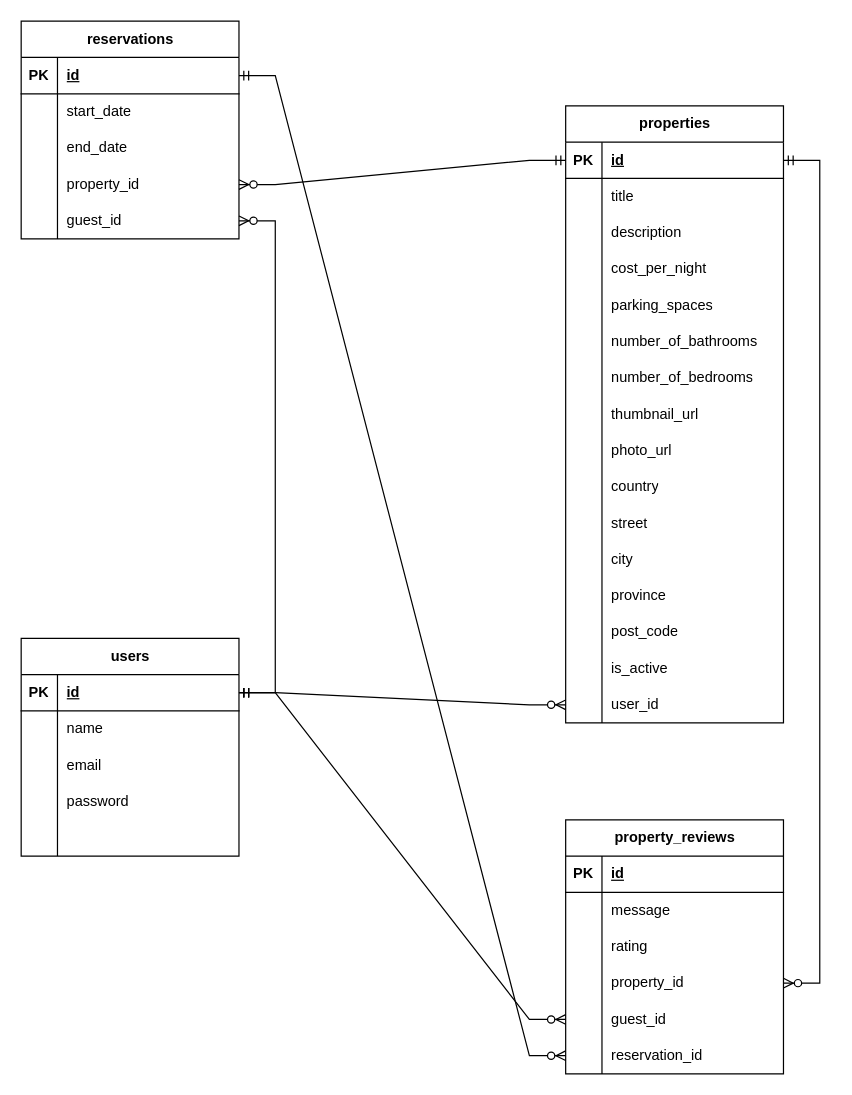
This is ERD/LightBnB.drawio from nexxai/lightbnb, a draw.io file, before an edit. Source tidied: cells renumbered, new cells numbered last; positions are measured from the earlier drawing's top-left corner, leaving out a move shared by most shapes. Both pictures are drawn from the tidied source at 121%, with x=0, y=0 at pixel (21, 21).
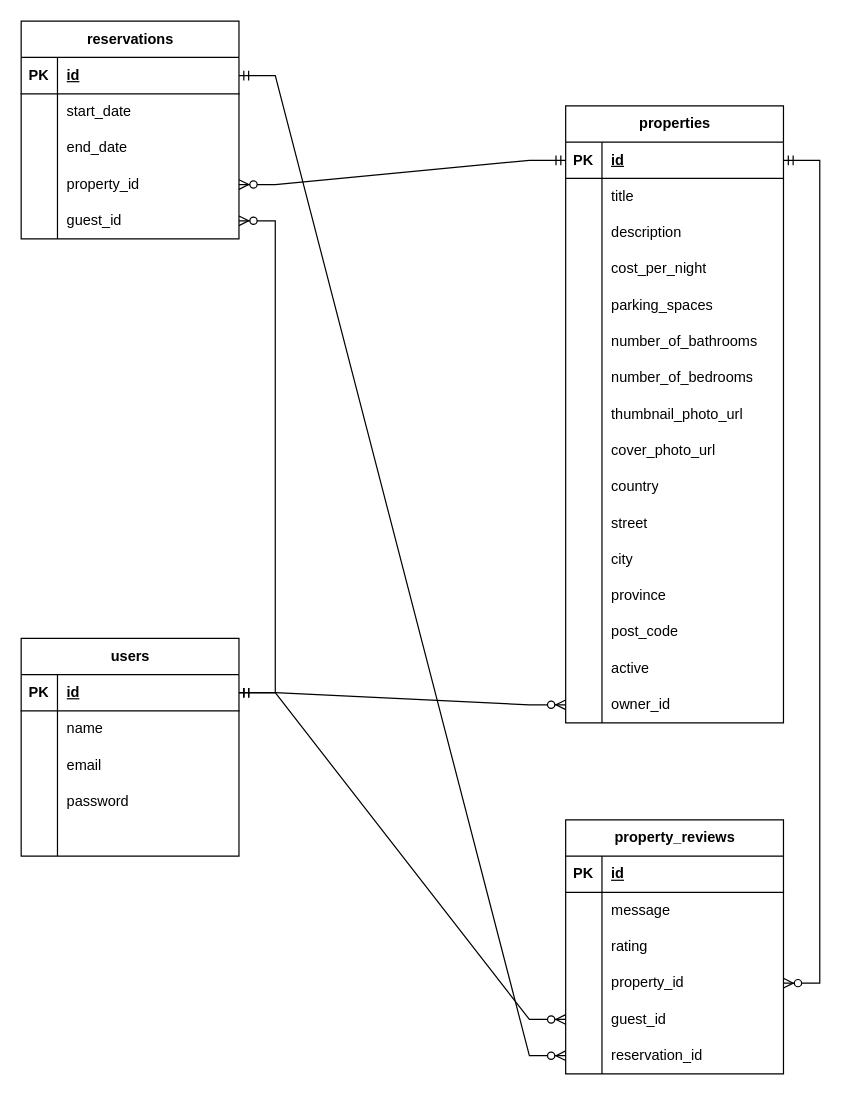
After the change.

Commit message:
Updated ERD to use correct column names

Unchanged cells that the change refers to:
```xml
<mxCell id="40" style="shape=tableRow;horizontal=0;startSize=0;swimlaneHead=0;swimlaneBody=0;fillColor=none;top=0;left=0;right=0;bottom=0;" parent="18" vertex="1">
  <mxGeometry y="240" width="180" height="30" as="geometry" />
</mxCell>
<mxCell id="43" style="shape=tableRow;horizontal=0;startSize=0;swimlaneHead=0;swimlaneBody=0;fillColor=none;top=0;left=0;right=0;bottom=0;" parent="18" vertex="1">
  <mxGeometry y="270" width="180" height="30" as="geometry" />
</mxCell>
<mxCell id="61" style="shape=tableRow;horizontal=0;startSize=0;swimlaneHead=0;swimlaneBody=0;fillColor=none;top=0;left=0;right=0;bottom=0;" parent="18" vertex="1">
  <mxGeometry y="450" width="180" height="30" as="geometry" />
</mxCell>
<mxCell id="64" style="shape=tableRow;horizontal=0;startSize=0;swimlaneHead=0;swimlaneBody=0;fillColor=none;points=[[0,0.5],[1,0.5]];portConstraint=eastwest;top=0;left=0;right=0;bottom=0;" parent="18" vertex="1">
  <mxGeometry y="480" width="180" height="30" as="geometry" />
</mxCell>
```

What changed in the source:
```diff
@@
-    <mxCell id="42" value="thumbnail_url" style="shape=partialRectangle;fillColor=none;top=0;left=0;bottom=0;right=0;align=left;spacingLeft=6;overflow=hidden;whiteSpace=wrap;html=1;" parent="40" vertex="1">
+    <mxCell id="42" value="thumbnail_photo_url" style="shape=partialRectangle;fillColor=none;top=0;left=0;bottom=0;right=0;align=left;spacingLeft=6;overflow=hidden;whiteSpace=wrap;html=1;" parent="40" vertex="1">
       <mxGeometry x="30" width="150" height="30" as="geometry" />
     </mxCell>
@@
-    <mxCell id="45" value="photo_url" style="shape=partialRectangle;fillColor=none;top=0;left=0;bottom=0;right=0;align=left;spacingLeft=6;overflow=hidden;whiteSpace=wrap;html=1;" parent="43" vertex="1">
+    <mxCell id="45" value="cover_photo_url" style="shape=partialRectangle;fillColor=none;top=0;left=0;bottom=0;right=0;align=left;spacingLeft=6;overflow=hidden;whiteSpace=wrap;html=1;" parent="43" vertex="1">
       <mxGeometry x="30" width="150" height="30" as="geometry" />
     </mxCell>
@@
-    <mxCell id="63" value="is_active" style="shape=partialRectangle;fillColor=none;top=0;left=0;bottom=0;right=0;align=left;spacingLeft=6;overflow=hidden;whiteSpace=wrap;html=1;" parent="61" vertex="1">
+    <mxCell id="63" value="active" style="shape=partialRectangle;fillColor=none;top=0;left=0;bottom=0;right=0;align=left;spacingLeft=6;overflow=hidden;whiteSpace=wrap;html=1;" parent="61" vertex="1">
       <mxGeometry x="30" width="150" height="30" as="geometry" />
     </mxCell>
@@
-    <mxCell id="66" value="user_id" style="shape=partialRectangle;fillColor=none;top=0;left=0;bottom=0;right=0;align=left;spacingLeft=6;overflow=hidden;whiteSpace=wrap;html=1;" parent="64" vertex="1">
+    <mxCell id="66" value="owner_id" style="shape=partialRectangle;fillColor=none;top=0;left=0;bottom=0;right=0;align=left;spacingLeft=6;overflow=hidden;whiteSpace=wrap;html=1;" parent="64" vertex="1">
       <mxGeometry x="30" width="150" height="30" as="geometry" />
     </mxCell>
```
